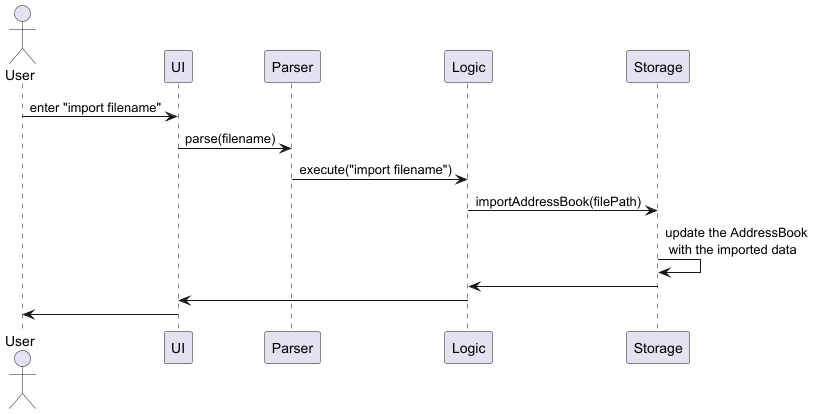
Earlier version of the PlantUML export docs/images/ImportSequenceDiagram.png (yjunyeu/tp).
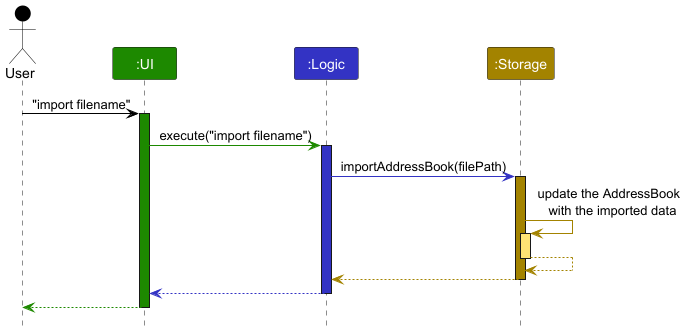
The same diagram one commit later.

Change to the diagram source:
```diff
@@ -1,21 +1,34 @@
 @startuml
-actor User
-participant "UI" as UI
-participant "Parser" as Parser
-participant "Logic" as Logic
-
-participant "Storage" as Storage
+!include style.puml
+skinparam ArrowFontStyle plain
 
 
-User -> UI: enter "import filename"
-UI -> Parser: parse(filename)
-Parser -> Logic: execute("import filename")
+Actor User as user USER_COLOR
+Participant ":UI" as ui UI_COLOR
+Participant ":Logic" as logic LOGIC_COLOR
+Participant ":Storage" as storage STORAGE_COLOR
 
+user -[USER_COLOR]> ui : "import filename"
+activate ui UI_COLOR
 
-Logic -> Storage: importAddressBook(filePath)
-Storage -> Storage: update the AddressBook \n with the imported data
+ui -[UI_COLOR]> logic : execute("import filename")
+activate logic LOGIC_COLOR
 
-Storage -> Logic
-Logic -> UI:
-UI -> User
+logic -[LOGIC_COLOR]> storage : importAddressBook(filePath)
+activate storage STORAGE_COLOR
+
+storage -[STORAGE_COLOR]> storage : update the AddressBook \n with the imported data
+activate storage STORAGE_COLOR_T1
+storage --[STORAGE_COLOR]> storage
+deactivate storage
+
+storage --[STORAGE_COLOR]> logic
+deactivate storage
+
+logic --[LOGIC_COLOR]> ui
+deactivate logic
+
+ui--[UI_COLOR]> user
+deactivate ui
+
 @enduml
```
